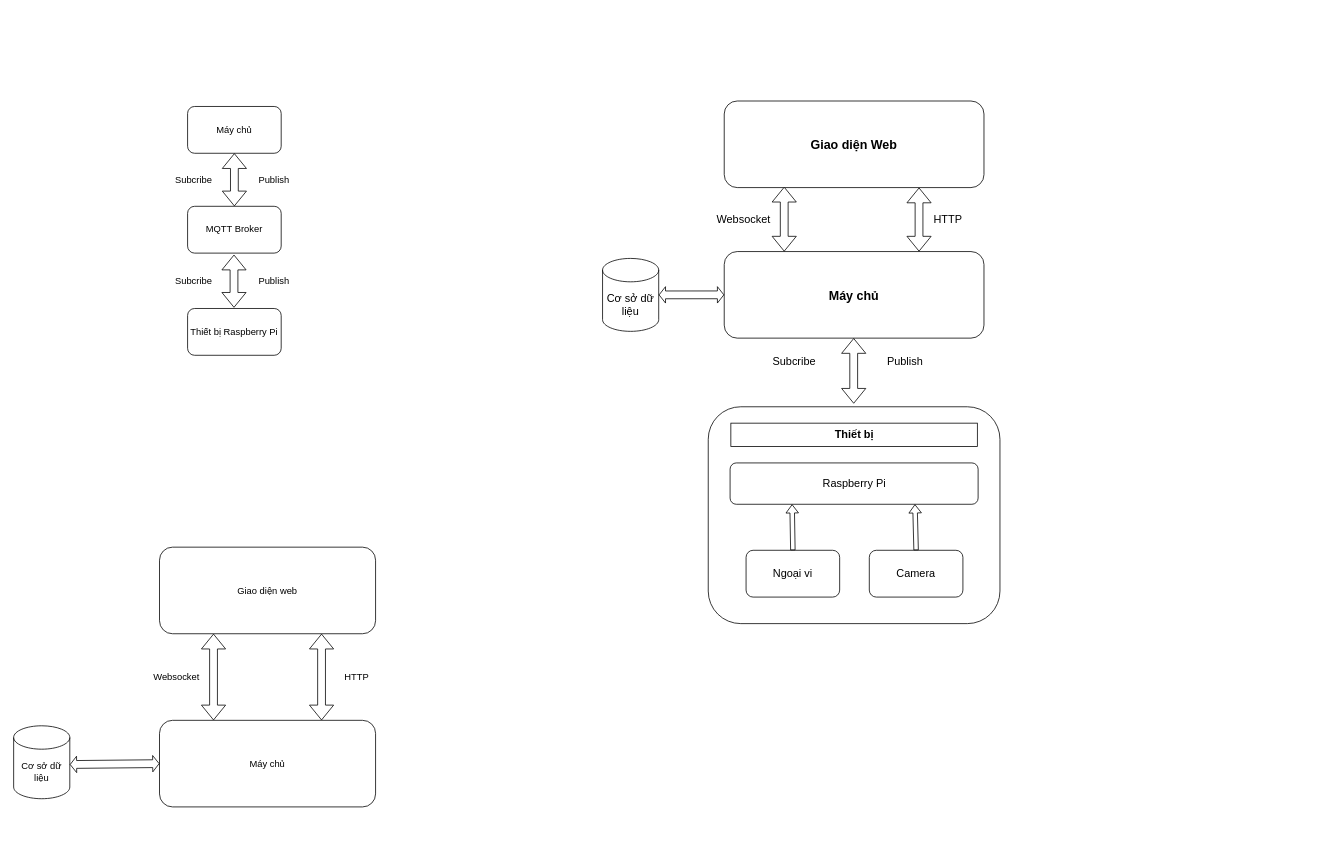
Before: Biểu đồ không có tiêu đề.drawio in diemzero1/drawio, a draw.io diagram. Source tidied: cells renumbered, new cells numbered last; positions are measured from the earlier drawing's top-left corner, leaving out a move shared by most shapes. Both pictures are drawn from the tidied source at 78%, with x=0, y=0 at pixel (13, 101).
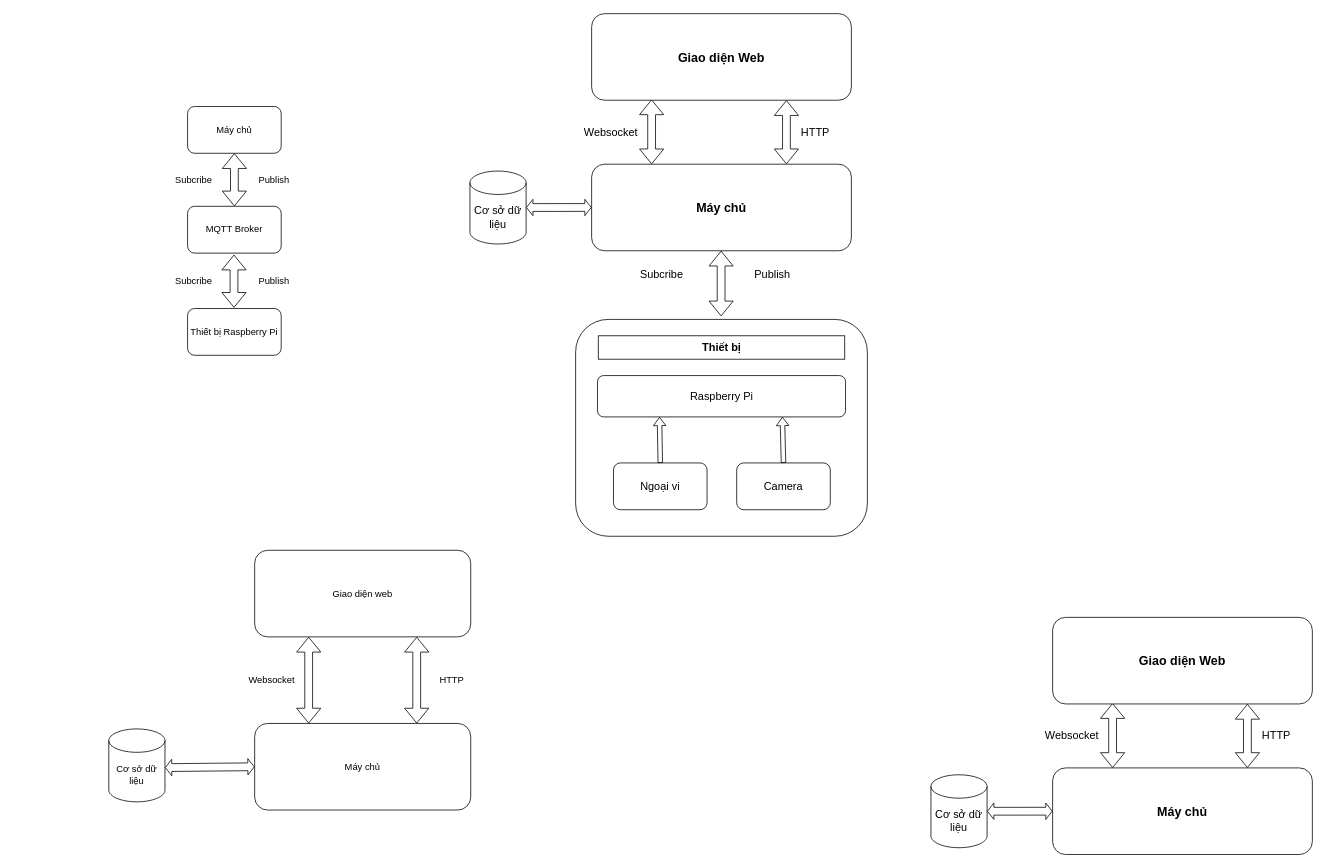
The same diagram, later.

Commit message:
Cập nhật Biểu đồ không có tiêu đề.drawio

The edit, as a diff of the source:
```diff
@@
     <mxCell id="11" value="Giao diện web" style="rounded=1;whiteSpace=wrap;html=1;" parent="1" vertex="1">
-      <mxGeometry x="187" y="572" width="277" height="111" as="geometry" />
+      <mxGeometry x="309" y="576" width="277" height="111" as="geometry" />
     </mxCell>
     <mxCell id="12" value="Máy chủ" style="rounded=1;whiteSpace=wrap;html=1;" parent="1" vertex="1">
-      <mxGeometry x="187" y="794" width="277" height="111" as="geometry" />
+      <mxGeometry x="309" y="798" width="277" height="111" as="geometry" />
     </mxCell>
@@
     <mxCell id="15" value="HTTP" style="text;html=1;align=center;verticalAlign=middle;whiteSpace=wrap;rounded=0;" parent="1" vertex="1">
-      <mxGeometry x="410" y="724" width="60" height="30" as="geometry" />
+      <mxGeometry x="532" y="728" width="60" height="30" as="geometry" />
     </mxCell>
     <mxCell id="16" value="Websocket" style="text;html=1;align=center;verticalAlign=middle;whiteSpace=wrap;rounded=0;" parent="1" vertex="1">
-      <mxGeometry x="179" y="724" width="60" height="30" as="geometry" />
+      <mxGeometry x="301" y="728" width="60" height="30" as="geometry" />
     </mxCell>
     <mxCell id="17" value="&lt;div style=&quot;&quot;&gt;&lt;span style=&quot;background-color: initial;&quot;&gt;Cơ sở dữ liệu&lt;/span&gt;&lt;/div&gt;" style="shape=cylinder3;whiteSpace=wrap;html=1;boundedLbl=1;backgroundOutline=1;size=15;align=center;" parent="1" vertex="1">
-      <mxGeometry y="801" width="72" height="93.5" as="geometry" />
+      <mxGeometry x="122" y="805" width="72" height="93.5" as="geometry" />
     </mxCell>
@@
     <mxCell id="19" value="&lt;b&gt;&lt;font style=&quot;font-size: 16px;&quot;&gt;Máy chủ&lt;/font&gt;&lt;/b&gt;" style="rounded=1;whiteSpace=wrap;html=1;" parent="1" vertex="1">
-      <mxGeometry x="911" y="193" width="333" height="111" as="geometry" />
+      <mxGeometry x="741" y="81" width="333" height="111" as="geometry" />
     </mxCell>
@@
     <mxCell id="22" value="&lt;font style=&quot;font-size: 14px;&quot;&gt;HTTP&lt;/font&gt;" style="text;html=1;align=center;verticalAlign=middle;whiteSpace=wrap;rounded=0;" parent="1" vertex="1">
-      <mxGeometry x="1168" y="137" width="60" height="30" as="geometry" />
+      <mxGeometry x="998" y="25" width="60" height="30" as="geometry" />
     </mxCell>
     <mxCell id="23" value="&lt;font style=&quot;font-size: 14px;&quot;&gt;Websocket&lt;/font&gt;" style="text;html=1;align=center;verticalAlign=middle;whiteSpace=wrap;rounded=0;" parent="1" vertex="1">
-      <mxGeometry x="906" y="137" width="60" height="30" as="geometry" />
+      <mxGeometry x="736" y="25" width="60" height="30" as="geometry" />
     </mxCell>
     <mxCell id="24" value="&lt;div style=&quot;&quot;&gt;&lt;span style=&quot;background-color: initial;&quot;&gt;&lt;font style=&quot;font-size: 14px;&quot;&gt;Cơ sở dữ liệu&lt;/font&gt;&lt;/span&gt;&lt;/div&gt;" style="shape=cylinder3;whiteSpace=wrap;html=1;boundedLbl=1;backgroundOutline=1;size=15;align=center;" parent="1" vertex="1">
-      <mxGeometry x="755" y="201.8" width="72" height="93.5" as="geometry" />
+      <mxGeometry x="585" y="89.8" width="72" height="93.5" as="geometry" />
     </mxCell>
@@
     <mxCell id="26" style="rounded=1;whiteSpace=wrap;html=1;" parent="1" vertex="1">
-      <mxGeometry x="890.5" y="392" width="374" height="278" as="geometry" />
+      <mxGeometry x="720.5" y="280" width="374" height="278" as="geometry" />
     </mxCell>
     <mxCell id="27" style="shape=flexArrow;endArrow=classic;startArrow=classic;html=1;rounded=0;exitX=0.25;exitY=0;exitDx=0;exitDy=0;" parent="1" edge="1">
       <mxGeometry relative="1" as="geometry">
-        <mxPoint x="1077" y="388" as="sourcePoint" />
-        <mxPoint x="1077" y="304" as="targetPoint" />
+        <mxPoint x="907" y="276" as="sourcePoint" />
+        <mxPoint x="907" y="192" as="targetPoint" />
       </mxGeometry>
     </mxCell>
     <mxCell id="28" value="&lt;b&gt;&lt;font style=&quot;font-size: 14px;&quot;&gt;Thiết bị&lt;/font&gt;&lt;/b&gt;" style="rounded=0;whiteSpace=wrap;html=1;" parent="1" vertex="1">
-      <mxGeometry x="919.5" y="413" width="316" height="30" as="geometry" />
+      <mxGeometry x="749.5" y="301" width="316" height="30" as="geometry" />
     </mxCell>
     <mxCell id="29" value="&lt;font style=&quot;font-size: 14px;&quot;&gt;Raspberry Pi&lt;/font&gt;" style="rounded=1;whiteSpace=wrap;html=1;" parent="1" vertex="1">
-      <mxGeometry x="918.5" y="464" width="318" height="53" as="geometry" />
+      <mxGeometry x="748.5" y="352" width="318" height="53" as="geometry" />
     </mxCell>
     <mxCell id="30" value="&lt;font style=&quot;font-size: 14px;&quot;&gt;Ngoại vi&lt;/font&gt;" style="rounded=1;whiteSpace=wrap;html=1;" parent="1" vertex="1">
-      <mxGeometry x="939" y="576" width="120" height="60" as="geometry" />
+      <mxGeometry x="769" y="464" width="120" height="60" as="geometry" />
     </mxCell>
     <mxCell id="31" value="&lt;font style=&quot;font-size: 14px;&quot;&gt;Publish&lt;/font&gt;" style="text;html=1;align=center;verticalAlign=middle;whiteSpace=wrap;rounded=0;" parent="1" vertex="1">
-      <mxGeometry x="1113" y="319" width="60" height="30" as="geometry" />
+      <mxGeometry x="943" y="207" width="60" height="30" as="geometry" />
     </mxCell>
     <mxCell id="32" value="&lt;font style=&quot;font-size: 14px;&quot;&gt;Subcribe&lt;/font&gt;" style="text;html=1;align=center;verticalAlign=middle;whiteSpace=wrap;rounded=0;" parent="1" vertex="1">
-      <mxGeometry x="971" y="319" width="60" height="30" as="geometry" />
+      <mxGeometry x="801" y="207" width="60" height="30" as="geometry" />
     </mxCell>
     <mxCell id="33" value="&lt;span style=&quot;font-size: 14px;&quot;&gt;Camera&lt;/span&gt;" style="rounded=1;whiteSpace=wrap;html=1;" parent="1" vertex="1">
-      <mxGeometry x="1097" y="576" width="120" height="60" as="geometry" />
+      <mxGeometry x="927" y="464" width="120" height="60" as="geometry" />
     </mxCell>
@@
     <mxCell id="35" style="shape=flexArrow;endArrow=classic;html=1;rounded=0;endWidth=9.275147928994084;endSize=3.219230769230769;width=5.769230769230769;entryX=0.25;entryY=1;entryDx=0;entryDy=0;exitX=0.5;exitY=0;exitDx=0;exitDy=0;" parent="1" edge="1" source="33">
       <mxGeometry relative="1" as="geometry">
-        <mxPoint x="1155.5" y="517" as="targetPoint" />
+        <mxPoint x="985.5" y="405" as="targetPoint" />
       </mxGeometry>
     </mxCell>
     <mxCell id="36" value="&lt;b&gt;&lt;font style=&quot;font-size: 16px;&quot;&gt;Giao diện Web&lt;/font&gt;&lt;/b&gt;" style="rounded=1;whiteSpace=wrap;html=1;" parent="1" vertex="1">
-      <mxGeometry x="911" width="333" height="111" as="geometry" />
+      <mxGeometry x="741" y="-112" width="333" height="111" as="geometry" />
     </mxCell>
+    <mxCell id="37" value="&lt;b&gt;&lt;font style=&quot;font-size: 16px;&quot;&gt;Máy chủ&lt;/font&gt;&lt;/b&gt;" style="rounded=1;whiteSpace=wrap;html=1;" parent="1" vertex="1">
+      <mxGeometry x="1332" y="855" width="333" height="111" as="geometry" />
+    </mxCell>
+    <mxCell id="38" style="shape=flexArrow;endArrow=classic;startArrow=classic;html=1;rounded=0;exitX=0.231;exitY=0;exitDx=0;exitDy=0;exitPerimeter=0;entryX=0.231;entryY=0.991;entryDx=0;entryDy=0;entryPerimeter=0;" parent="1" edge="1" source="37" target="44">
+      <mxGeometry relative="1" as="geometry" />
+    </mxCell>
+    <mxCell id="39" style="shape=flexArrow;endArrow=classic;startArrow=classic;html=1;rounded=0;exitX=0.75;exitY=0;exitDx=0;exitDy=0;entryX=0.75;entryY=1;entryDx=0;entryDy=0;entryPerimeter=0;" parent="1" edge="1" source="37" target="44">
+      <mxGeometry relative="1" as="geometry" />
+    </mxCell>
+    <mxCell id="40" value="&lt;font style=&quot;font-size: 14px;&quot;&gt;HTTP&lt;/font&gt;" style="text;html=1;align=center;verticalAlign=middle;whiteSpace=wrap;rounded=0;" parent="1" vertex="1">
+      <mxGeometry x="1589" y="799" width="60" height="30" as="geometry" />
+    </mxCell>
+    <mxCell id="41" value="&lt;font style=&quot;font-size: 14px;&quot;&gt;Websocket&lt;/font&gt;" style="text;html=1;align=center;verticalAlign=middle;whiteSpace=wrap;rounded=0;" parent="1" vertex="1">
+      <mxGeometry x="1327" y="799" width="60" height="30" as="geometry" />
+    </mxCell>
+    <mxCell id="42" value="&lt;div style=&quot;&quot;&gt;&lt;span style=&quot;background-color: initial;&quot;&gt;&lt;font style=&quot;font-size: 14px;&quot;&gt;Cơ sở dữ liệu&lt;/font&gt;&lt;/span&gt;&lt;/div&gt;" style="shape=cylinder3;whiteSpace=wrap;html=1;boundedLbl=1;backgroundOutline=1;size=15;align=center;" parent="1" vertex="1">
+      <mxGeometry x="1176" y="863.8" width="72" height="93.5" as="geometry" />
+    </mxCell>
+    <mxCell id="43" style="shape=flexArrow;endArrow=classic;startArrow=classic;html=1;rounded=0;entryX=0;entryY=0.5;entryDx=0;entryDy=0;exitX=1;exitY=0.5;exitDx=0;exitDy=0;exitPerimeter=0;startWidth=10;startSize=2.41;endWidth=10;endSize=2.41;" parent="1" edge="1" source="42" target="37">
+      <mxGeometry relative="1" as="geometry" />
+    </mxCell>
+    <mxCell id="44" value="&lt;b&gt;&lt;font style=&quot;font-size: 16px;&quot;&gt;Giao diện Web&lt;/font&gt;&lt;/b&gt;" style="rounded=1;whiteSpace=wrap;html=1;" parent="1" vertex="1">
+      <mxGeometry x="1332" y="662" width="333" height="111" as="geometry" />
+    </mxCell>
```
